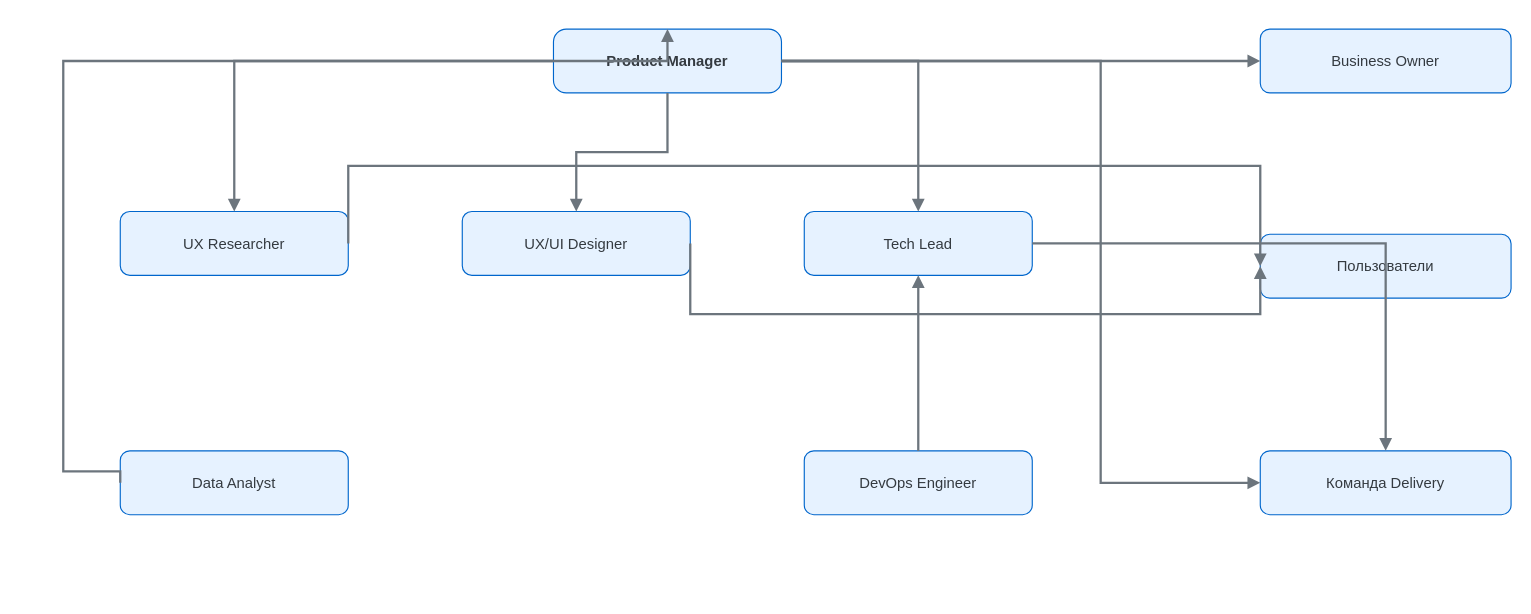
Above: тестыИИ/discovery/drawio/07-roles-interaction.drawio in jackrescuer-gif/Discovery-in-value (draw.io), before the change. Source tidied: cells renumbered, new cells numbered last; positions are measured from the earlier drawing's top-left corner, leaving out a move shared by most shapes. Both pictures are drawn from the tidied source at 114%, with x=0, y=0 at pixel (63, 28).
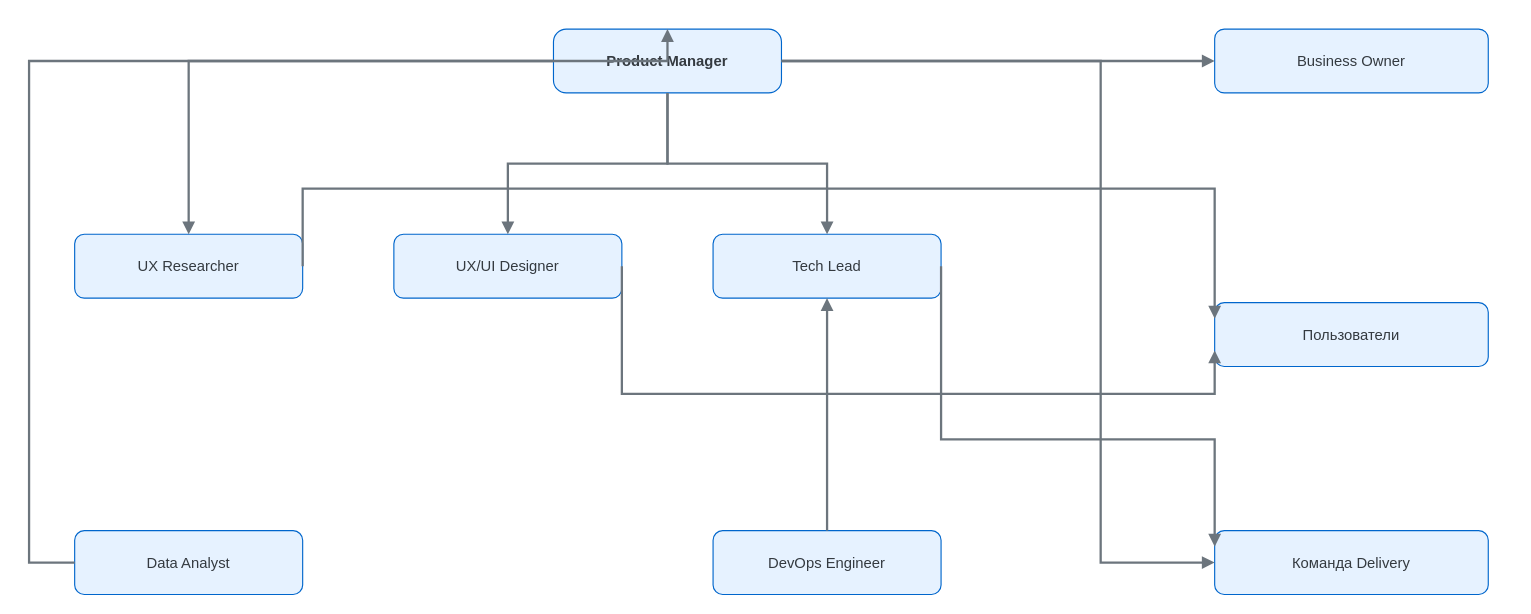
After the change.

Commit message (it also covers changes not shown here):
Refine loop routing to avoid lines across role and validation blocks

The change refers to these unchanged cells:
```xml
<mxCell id="2" value="Product Manager" style="rounded=1;whiteSpace=wrap;html=1;arcSize=20;fillColor=#E6F2FF;strokeColor=#0066CC;fontColor=#343A40;fontSize=13;fontStyle=1;" parent="1" vertex="1">
  <mxGeometry x="430" width="200" height="56" as="geometry" />
</mxCell>
```

What changed in the source:
```diff
@@
     <mxCell id="3" value="UX Researcher" style="rounded=1;whiteSpace=wrap;html=1;fillColor=#E6F2FF;strokeColor=#0066CC;fontColor=#343A40;fontSize=13;" parent="1" vertex="1">
-      <mxGeometry x="50" y="160" width="200" height="56" as="geometry" />
+      <mxGeometry x="10" y="180" width="200" height="56" as="geometry" />
     </mxCell>
     <mxCell id="4" value="UX/UI Designer" style="rounded=1;whiteSpace=wrap;html=1;fillColor=#E6F2FF;strokeColor=#0066CC;fontColor=#343A40;fontSize=13;" parent="1" vertex="1">
-      <mxGeometry x="350" y="160" width="200" height="56" as="geometry" />
+      <mxGeometry x="290" y="180" width="200" height="56" as="geometry" />
     </mxCell>
     <mxCell id="5" value="Tech Lead" style="rounded=1;whiteSpace=wrap;html=1;fillColor=#E6F2FF;strokeColor=#0066CC;fontColor=#343A40;fontSize=13;" parent="1" vertex="1">
-      <mxGeometry x="650" y="160" width="200" height="56" as="geometry" />
+      <mxGeometry x="570" y="180" width="200" height="56" as="geometry" />
     </mxCell>
     <mxCell id="6" value="Data Analyst" style="rounded=1;whiteSpace=wrap;html=1;fillColor=#E6F2FF;strokeColor=#0066CC;fontColor=#343A40;fontSize=13;" parent="1" vertex="1">
-      <mxGeometry x="50" y="370" width="200" height="56" as="geometry" />
+      <mxGeometry x="10" y="440" width="200" height="56" as="geometry" />
     </mxCell>
     <mxCell id="7" value="DevOps Engineer" style="rounded=1;whiteSpace=wrap;html=1;fillColor=#E6F2FF;strokeColor=#0066CC;fontColor=#343A40;fontSize=13;" parent="1" vertex="1">
-      <mxGeometry x="650" y="370" width="200" height="56" as="geometry" />
+      <mxGeometry x="570" y="440" width="200" height="56" as="geometry" />
     </mxCell>
     <mxCell id="8" value="Business Owner" style="rounded=1;whiteSpace=wrap;html=1;fillColor=#E6F2FF;strokeColor=#0066CC;fontColor=#343A40;fontSize=13;" parent="1" vertex="1">
-      <mxGeometry x="1050" width="220" height="56" as="geometry" />
+      <mxGeometry x="1010" width="240" height="56" as="geometry" />
     </mxCell>
     <mxCell id="9" value="Пользователи" style="rounded=1;whiteSpace=wrap;html=1;fillColor=#E6F2FF;strokeColor=#0066CC;fontColor=#343A40;fontSize=13;" parent="1" vertex="1">
-      <mxGeometry x="1050" y="180" width="220" height="56" as="geometry" />
+      <mxGeometry x="1010" y="240" width="240" height="56" as="geometry" />
     </mxCell>
     <mxCell id="10" value="Команда Delivery" style="rounded=1;whiteSpace=wrap;html=1;fillColor=#E6F2FF;strokeColor=#0066CC;fontColor=#343A40;fontSize=13;" parent="1" vertex="1">
-      <mxGeometry x="1050" y="370" width="220" height="56" as="geometry" />
+      <mxGeometry x="1010" y="440" width="240" height="56" as="geometry" />
     </mxCell>
@@
-    <mxCell id="15" style="edgeStyle=orthogonalEdgeStyle;rounded=0;jettySize=auto;html=1;strokeColor=#6C757D;strokeWidth=2;endArrow=block;endFill=1;exitX=1;exitY=0.5;entryX=0;entryY=0.5;" parent="1" edge="1" source="3" target="9">
+    <mxCell id="15" style="edgeStyle=orthogonalEdgeStyle;rounded=0;jettySize=auto;html=1;strokeColor=#6C757D;strokeWidth=2;endArrow=block;endFill=1;exitX=1;exitY=0.5;entryX=0;entryY=0.25;" parent="1" edge="1" source="3" target="9">
       <mxGeometry relative="1" as="geometry">
         <Array as="points">
-          <mxPoint x="290" y="120" />
-          <mxPoint x="990" y="120" />
+          <mxPoint x="230" y="140" />
+          <mxPoint x="970" y="140" />
         </Array>
       </mxGeometry>
     </mxCell>
-    <mxCell id="16" style="edgeStyle=orthogonalEdgeStyle;rounded=0;jettySize=auto;html=1;strokeColor=#6C757D;strokeWidth=2;endArrow=block;endFill=1;exitX=1;exitY=0.5;entryX=0;entryY=0.5;" parent="1" edge="1" source="4" target="9">
+    <mxCell id="16" style="edgeStyle=orthogonalEdgeStyle;rounded=0;jettySize=auto;html=1;strokeColor=#6C757D;strokeWidth=2;endArrow=block;endFill=1;exitX=1;exitY=0.5;entryX=0;entryY=0.75;" parent="1" edge="1" source="4" target="9">
       <mxGeometry relative="1" as="geometry">
         <Array as="points">
-          <mxPoint x="590" y="250" />
-          <mxPoint x="990" y="250" />
+          <mxPoint x="510" y="320" />
+          <mxPoint x="970" y="320" />
         </Array>
       </mxGeometry>
     </mxCell>
-    <mxCell id="17" style="edgeStyle=orthogonalEdgeStyle;rounded=0;jettySize=auto;html=1;strokeColor=#6C757D;strokeWidth=2;endArrow=block;endFill=1;" parent="1" edge="1" source="5" target="10">
-      <mxGeometry relative="1" as="geometry" />
+    <mxCell id="17" style="edgeStyle=orthogonalEdgeStyle;rounded=0;jettySize=auto;html=1;strokeColor=#6C757D;strokeWidth=2;endArrow=block;endFill=1;exitX=1;exitY=0.5;entryX=0;entryY=0.25;" parent="1" edge="1" source="5" target="10">
+      <mxGeometry relative="1" as="geometry">
+        <Array as="points">
+          <mxPoint x="790" y="360" />
+          <mxPoint x="970" y="360" />
+        </Array>
+      </mxGeometry>
     </mxCell>
     <mxCell id="18" style="edgeStyle=orthogonalEdgeStyle;rounded=0;jettySize=auto;html=1;strokeColor=#6C757D;strokeWidth=2;endArrow=block;endFill=1;exitX=0;exitY=0.5;entryX=0.5;entryY=0;" parent="1" edge="1" source="6" target="2">
       <mxGeometry relative="1" as="geometry">
         <Array as="points">
-          <mxPoint y="388" />
-          <mxPoint y="28" />
+          <mxPoint x="-30" y="468" />
+          <mxPoint x="-30" y="28" />
         </Array>
       </mxGeometry>
     </mxCell>
@@
     <mxCell id="20" style="edgeStyle=orthogonalEdgeStyle;rounded=0;jettySize=auto;html=1;strokeColor=#6C757D;strokeWidth=2;endArrow=block;endFill=1;exitX=1;exitY=0.5;entryX=0;entryY=0.5;" parent="1" edge="1" source="2" target="10">
       <mxGeometry relative="1" as="geometry">
         <Array as="points">
           <mxPoint x="910" y="28" />
-          <mxPoint x="910" y="398" />
+          <mxPoint x="910" y="468" />
         </Array>
       </mxGeometry>
     </mxCell>
```
